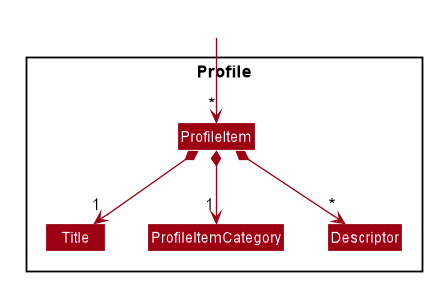
The PlantUML diagram docs/images/dg-model/ProfileClassDiagram.png in shawn-nyk/tp, before a commit. Source of this version:
```plantuml
@startuml








skinparam BackgroundColor #FFFFFFF

skinparam Shadowing false

skinparam Class {
    FontColor #FFFFFF
    BorderThickness 1
    BorderColor #FFFFFF
    StereotypeFontColor #FFFFFF
    FontName Arial
}

skinparam Actor {
    BorderColor #000000
    Color #000000
    FontName Arial
}

skinparam Sequence {
    MessageAlign center
    BoxFontSize 15
    BoxPadding 0
    BoxFontColor #FFFFFF
    FontName Arial
}

skinparam Participant {
    FontColor #FFFFFFF
    Padding 20
}

skinparam MinClassWidth 50
skinparam ParticipantPadding 10
skinparam Shadowing false
skinparam DefaultTextAlignment center
skinparam packageStyle Rectangle

hide footbox
hide members
hide circle
skinparam arrowThickness 1.1
skinparam arrowColor #9D0012
skinparam classBackgroundColor #9D0012

Package Profile\n <<Rectangle>>{
Class ProfileItem
Class Title
Class ProfileItemCategory
Class Descriptor
}

Class HiddenOutside #FFFFFF
HiddenOutside --> "*" ProfileItem

ProfileItem *--> "1" Title
ProfileItem *--> "1" ProfileItemCategory
ProfileItem *--> "*" Descriptor

Title -[hidden]right-> ProfileItemCategory
ProfileItemCategory -[hidden]right-> Descriptor
@enduml
```
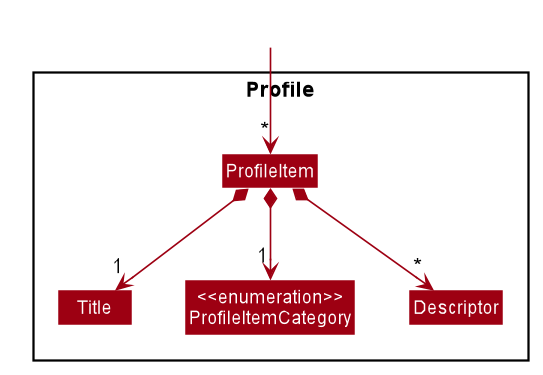
After the change.

Commit message:
Fix diagram errors and update user stories

Diff of the diagram source:
```diff
@@ -54,7 +54,7 @@
 Package Profile\n <<Rectangle>>{
 Class ProfileItem
 Class Title
-Class ProfileItemCategory
+Class "<<enumeration>>\nProfileItemCategory" as ProfileItemCategory
 Class Descriptor
 }
 
```
